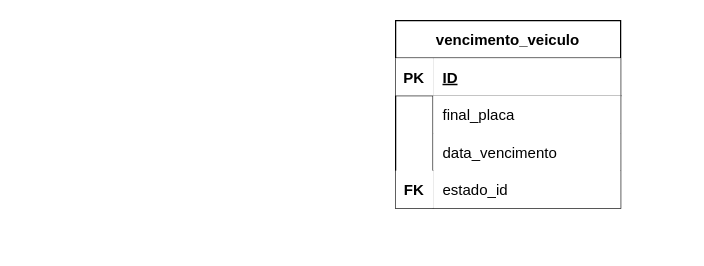
Above: vencimento-ipva.drawio in caioliveira277/drawio-fluxogramas (draw.io), before the change. Source tidied: cells renumbered, new cells numbered last; positions are measured from the earlier drawing's top-left corner, leaving out a move shared by most shapes. Both pictures are drawn from the tidied source at 125%, with x=0, y=0 at pixel (395, 20).
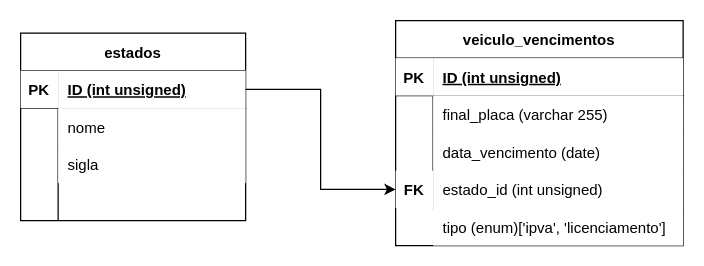
The same diagram, later.

What changed in the source:
```diff
@@
-    <mxCell id="2" value="vencimento_veiculo" style="shape=table;startSize=30;childLayout=tableLayout;rowLines=0;fontStyle=1;align=center;" parent="1" vertex="1">
-      <mxGeometry width="180" height="150" as="geometry" />
+    <mxCell id="2" value="veiculo_vencimentos" style="shape=table;startSize=30;childLayout=tableLayout;rowLines=0;fontStyle=1;align=center;" parent="1" vertex="1">
+      <mxGeometry width="230" height="180" as="geometry" />
     </mxCell>
     <mxCell id="3" style="shape=partialRectangle;fillColor=none;top=0;left=0;bottom=1;right=0;" parent="2" vertex="1">
-      <mxGeometry y="30" width="180" height="30" as="geometry" />
+      <mxGeometry y="30" width="230" height="30" as="geometry" />
     </mxCell>
@@
-    <mxCell id="5" value="ID" style="shape=partialRectangle;top=0;left=0;bottom=0;right=0;align=left;spacingLeft=6;fontStyle=5;overflow=hidden;labelBorderColor=none;perimeterSpacing=0;" parent="3" vertex="1">
-      <mxGeometry x="30" width="150" height="30" as="geometry" />
+    <mxCell id="5" value="ID (int unsigned)" style="shape=partialRectangle;top=0;left=0;bottom=0;right=0;align=left;spacingLeft=6;fontStyle=5;overflow=hidden;labelBorderColor=none;perimeterSpacing=0;" parent="3" vertex="1">
+      <mxGeometry x="30" width="200" height="30" as="geometry" />
     </mxCell>
     <mxCell id="6" style="shape=partialRectangle;fillColor=none;top=0;left=0;bottom=0;right=0;" parent="2" vertex="1">
-      <mxGeometry y="60" width="180" height="30" as="geometry" />
+      <mxGeometry y="60" width="230" height="30" as="geometry" />
     </mxCell>
@@
-    <mxCell id="8" value="final_placa" style="shape=partialRectangle;top=0;left=0;bottom=0;right=0;align=left;spacingLeft=6;overflow=hidden;labelBackgroundColor=none;labelBorderColor=none;" parent="6" vertex="1">
-      <mxGeometry x="30" width="150" height="30" as="geometry" />
+    <mxCell id="8" value="final_placa (varchar 255)" style="shape=partialRectangle;top=0;left=0;bottom=0;right=0;align=left;spacingLeft=6;overflow=hidden;labelBackgroundColor=none;labelBorderColor=none;" parent="6" vertex="1">
+      <mxGeometry x="30" width="200" height="30" as="geometry" />
     </mxCell>
     <mxCell id="9" style="shape=partialRectangle;fillColor=none;top=0;left=0;bottom=0;right=0;" parent="2" vertex="1">
-      <mxGeometry y="90" width="180" height="30" as="geometry" />
+      <mxGeometry y="90" width="230" height="30" as="geometry" />
     </mxCell>
@@
-    <mxCell id="11" value="data_vencimento" style="shape=partialRectangle;top=0;left=0;bottom=0;right=0;align=left;spacingLeft=6;overflow=hidden;labelBackgroundColor=none;" parent="9" vertex="1">
-      <mxGeometry x="30" width="150" height="30" as="geometry" />
+    <mxCell id="11" value="data_vencimento (date)" style="shape=partialRectangle;top=0;left=0;bottom=0;right=0;align=left;spacingLeft=6;overflow=hidden;labelBackgroundColor=none;" parent="9" vertex="1">
+      <mxGeometry x="30" width="200" height="30" as="geometry" />
     </mxCell>
     <mxCell id="12" style="shape=partialRectangle;fillColor=none;top=0;left=0;bottom=0;right=0;points=[[0,0.5],[1,0.5]];portConstraint=eastwest;" parent="2" vertex="1">
-      <mxGeometry y="120" width="180" height="30" as="geometry" />
+      <mxGeometry y="120" width="230" height="30" as="geometry" />
     </mxCell>
@@
     <mxCell id="14" style="shape=partialRectangle;fillColor=none;top=0;left=0;bottom=0;right=0;align=left;spacingLeft=6;overflow=hidden;" parent="12" vertex="1">
-      <mxGeometry x="30" width="150" height="30" as="geometry" />
+      <mxGeometry x="30" width="200" height="30" as="geometry" />
     </mxCell>
-    <mxCell id="15" value="estado_id" style="shape=partialRectangle;top=0;left=0;bottom=0;right=0;align=left;spacingLeft=6;overflow=hidden;labelBackgroundColor=none;" parent="1" vertex="1">
-      <mxGeometry x="30" y="120" width="150" height="30" as="geometry" />
+    <mxCell id="15" value="estado_id (int unsigned)" style="shape=partialRectangle;top=0;left=0;bottom=0;right=0;align=left;spacingLeft=6;overflow=hidden;labelBackgroundColor=none;" parent="1" vertex="1">
+      <mxGeometry x="30" y="120" width="200" height="30" as="geometry" />
     </mxCell>
@@
+    <mxCell id="17" value="estados" style="shape=table;startSize=30;childLayout=tableLayout;rowLines=0;fontStyle=1;align=center;" parent="1" vertex="1">
+      <mxGeometry x="-300" y="10" width="180" height="150" as="geometry" />
+    </mxCell>
+    <mxCell id="18" style="shape=partialRectangle;fillColor=none;top=0;left=0;bottom=1;right=0;points=[[0,0.5],[1,0.5]];portConstraint=eastwest;" parent="17" vertex="1">
+      <mxGeometry y="30" width="180" height="30" as="geometry" />
+    </mxCell>
+    <mxCell id="19" value="PK" style="shape=partialRectangle;top=0;left=0;bottom=0;right=0;fontStyle=1;overflow=hidden;" parent="18" vertex="1">
+      <mxGeometry width="30" height="30" as="geometry" />
+    </mxCell>
+    <mxCell id="20" value="ID (int unsigned)" style="shape=partialRectangle;top=0;left=0;bottom=0;right=0;align=left;spacingLeft=6;fontStyle=5;overflow=hidden;labelBorderColor=none;perimeterSpacing=0;" parent="18" vertex="1">
+      <mxGeometry x="30" width="150" height="30" as="geometry" />
+    </mxCell>
+    <mxCell id="21" style="shape=partialRectangle;fillColor=none;top=0;left=0;bottom=0;right=0;" parent="17" vertex="1">
+      <mxGeometry y="60" width="180" height="30" as="geometry" />
+    </mxCell>
+    <mxCell id="22" style="shape=partialRectangle;fillColor=none;top=0;left=0;bottom=0;right=0;overflow=hidden;" parent="21" vertex="1">
+      <mxGeometry width="30" height="30" as="geometry" />
+    </mxCell>
+    <mxCell id="23" value="nome" style="shape=partialRectangle;top=0;left=0;bottom=0;right=0;align=left;spacingLeft=6;overflow=hidden;labelBackgroundColor=none;labelBorderColor=none;" parent="21" vertex="1">
+      <mxGeometry x="30" width="150" height="30" as="geometry" />
+    </mxCell>
+    <mxCell id="24" style="shape=partialRectangle;fillColor=none;top=0;left=0;bottom=0;right=0;" parent="17" vertex="1">
+      <mxGeometry y="90" width="180" height="30" as="geometry" />
+    </mxCell>
+    <mxCell id="25" style="shape=partialRectangle;fillColor=none;top=0;left=0;bottom=0;right=0;overflow=hidden;" parent="24" vertex="1">
+      <mxGeometry width="30" height="30" as="geometry" />
+    </mxCell>
+    <mxCell id="26" value="sigla" style="shape=partialRectangle;top=0;left=0;bottom=0;right=0;align=left;spacingLeft=6;overflow=hidden;labelBackgroundColor=none;" parent="24" vertex="1">
+      <mxGeometry x="30" width="150" height="30" as="geometry" />
+    </mxCell>
+    <mxCell id="27" style="shape=partialRectangle;fillColor=none;top=0;left=0;bottom=0;right=0;" parent="17" vertex="1">
+      <mxGeometry y="120" width="180" height="30" as="geometry" />
+    </mxCell>
+    <mxCell id="28" style="shape=partialRectangle;fillColor=none;top=0;left=0;bottom=0;right=0;overflow=hidden;" parent="27" vertex="1">
+      <mxGeometry width="30" height="30" as="geometry" />
+    </mxCell>
+    <mxCell id="29" style="shape=partialRectangle;fillColor=none;top=0;left=0;bottom=0;right=0;align=left;spacingLeft=6;overflow=hidden;" parent="27" vertex="1">
+      <mxGeometry x="30" width="150" height="30" as="geometry" />
+    </mxCell>
+    <mxCell id="30" style="edgeStyle=orthogonalEdgeStyle;rounded=0;jettySize=auto;html=1;entryX=0;entryY=0.5;entryDx=0;entryDy=0;" parent="1" edge="1" source="18" target="12">
+      <mxGeometry relative="1" as="geometry" />
+    </mxCell>
+    <mxCell id="31" value="tipo (enum)['ipva', 'licenciamento']" style="shape=partialRectangle;top=0;left=0;bottom=0;right=0;align=left;spacingLeft=6;overflow=hidden;labelBackgroundColor=none;" parent="1" vertex="1">
+      <mxGeometry x="30" y="150" width="200" height="30" as="geometry" />
+    </mxCell>
```
